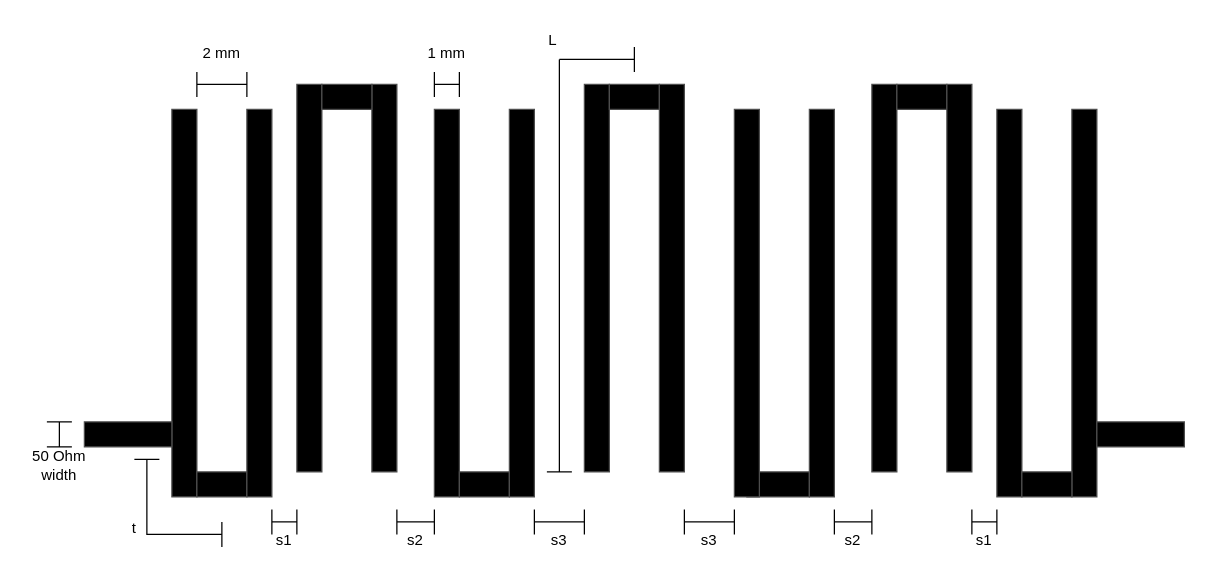
Earlier version of the draw.io diagram gitfigures/system_design/rf_front_end/bandpass_filter/hairpin_filter.drawio (Niclasapdk/esd5_project). Source tidied: cells renumbered, new cells numbered last; positions are measured from the earlier drawing's top-left corner, leaving out a move shared by most shapes. Both pictures are drawn from the tidied source at 125%, with x=0, y=0 at pixel (21, 21).
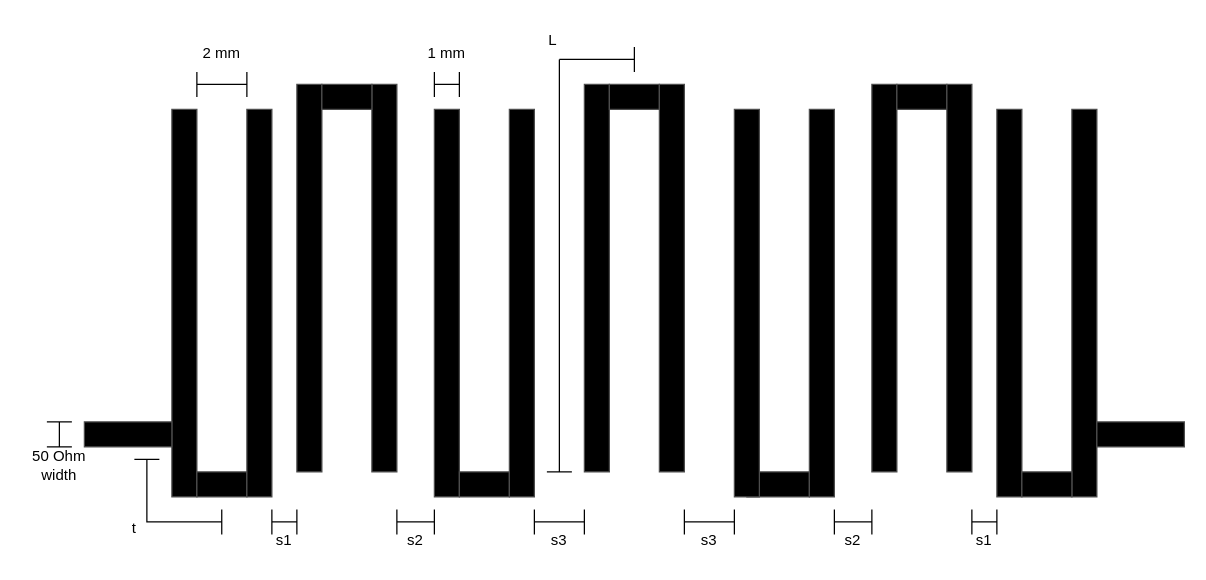
The same page after the edit.

The edit, as a diff of the source:
```diff
@@
-    <mxCell id="48" style="endArrow=none;html=1;rounded=0;" parent="1" edge="1">
-      <mxGeometry relative="1" as="geometry">
-        <mxPoint x="100" y="350" as="sourcePoint" />
-        <mxPoint x="160" y="410" as="targetPoint" />
-        <Array as="points">
-          <mxPoint x="100" y="410" />
-          <mxPoint x="160" y="410" />
-        </Array>
-      </mxGeometry>
-    </mxCell>
@@
     <mxCell id="50" style="endArrow=none;html=1;rounded=0;" parent="1" edge="1">
       <mxGeometry relative="1" as="geometry">
-        <mxPoint x="160" y="420" as="sourcePoint" />
-        <mxPoint x="160" y="400" as="targetPoint" />
+        <mxPoint x="159.9" y="410" as="sourcePoint" />
+        <mxPoint x="159.9" y="390" as="targetPoint" />
       </mxGeometry>
     </mxCell>
@@
+    <mxCell id="52" style="endArrow=none;html=1;rounded=0;" parent="1" edge="1">
+      <mxGeometry relative="1" as="geometry">
+        <mxPoint x="100" y="350" as="sourcePoint" />
+        <mxPoint x="160" y="400" as="targetPoint" />
+        <Array as="points">
+          <mxPoint x="100" y="400" />
+        </Array>
+      </mxGeometry>
+    </mxCell>
```
